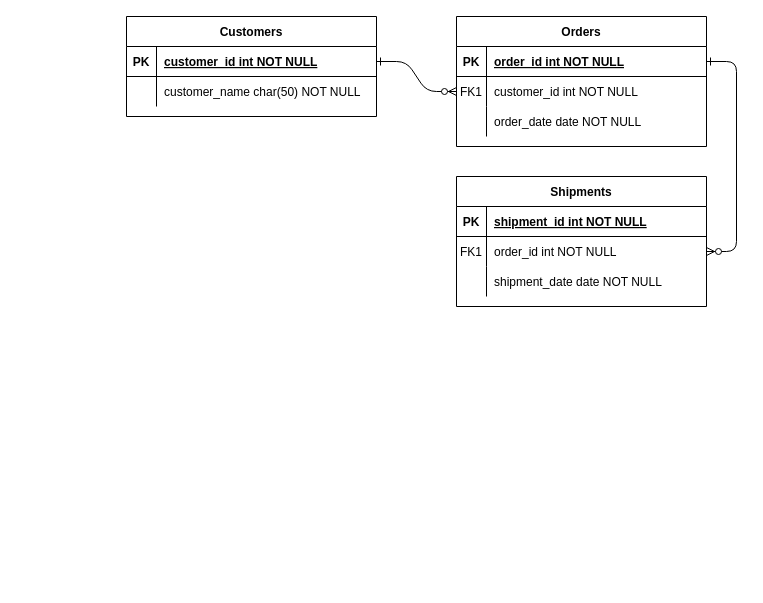
stirmizi7/sql-challenge keeps this draw.io diagram as Untitled Diagram.drawio. Above is the earlier version. Source tidied: cells renumbered, new cells numbered last; positions are measured from the earlier drawing's top-left corner, leaving out a move shared by most shapes. Both pictures are drawn from the tidied source at 100%, with x=0, y=0 at pixel (126, 16).
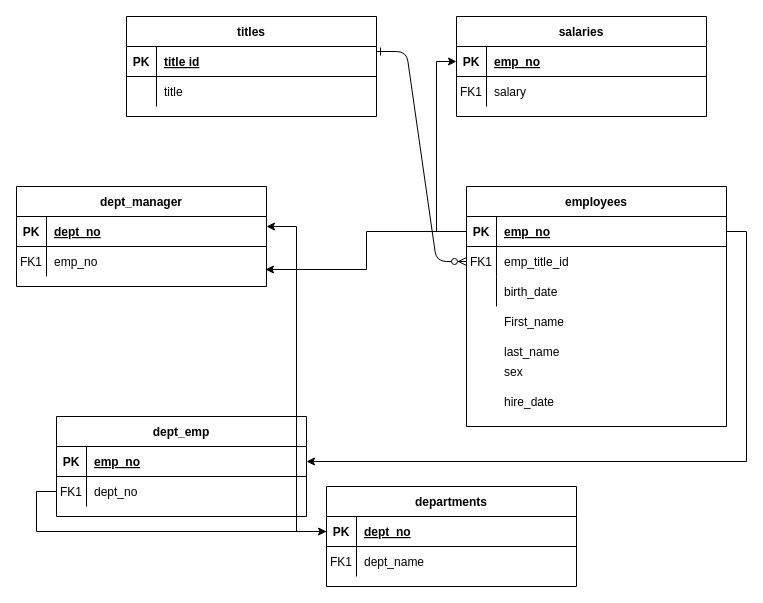
The same diagram, later.

The change refers to these unchanged cells:
```xml
<mxCell id="5" style="shape=partialRectangle;fillColor=none;points=[[0,0.5],[1,0.5]];portConstraint=eastwest;top=0;left=0;right=0;bottom=1;" parent="4" vertex="1">
  <mxGeometry y="30" width="250" height="30" as="geometry" />
</mxCell>
<mxCell id="8" style="shape=partialRectangle;fillColor=none;points=[[0,0.5],[1,0.5]];portConstraint=eastwest;top=0;left=0;right=0;bottom=0;" parent="4" vertex="1">
  <mxGeometry y="60" width="250" height="30" as="geometry" />
</mxCell>
<mxCell id="25" style="shape=partialRectangle;fillColor=none;points=[[0,0.5],[1,0.5]];portConstraint=eastwest;top=0;left=0;right=0;bottom=1;" parent="24" vertex="1">
  <mxGeometry y="30" width="250" height="30" as="geometry" />
</mxCell>
<mxCell id="28" style="shape=partialRectangle;fillColor=none;top=0;left=0;right=0;bottom=0;" parent="24" vertex="1">
  <mxGeometry y="60" width="250" height="30" as="geometry" />
</mxCell>
```

What changed in the source:
```diff
@@
-    <mxCell id="2" style="edgeStyle=entityRelationEdgeStyle;endArrow=ERzeroToMany;startArrow=ERone;endFill=1;startFill=0;" parent="1" edge="1" source="25" target="8">
-      <mxGeometry relative="1" as="geometry" />
+    <mxCell id="2" style="edgeStyle=entityRelationEdgeStyle;endArrow=ERzeroToMany;startArrow=ERone;endFill=1;startFill=0;entryX=0;entryY=0.5;entryDx=0;entryDy=0;" parent="1" edge="1" target="56">
+      <mxGeometry relative="1" as="geometry">
+        <mxPoint x="250" y="35" as="sourcePoint" />
+      </mxGeometry>
     </mxCell>
-    <mxCell id="3" style="edgeStyle=entityRelationEdgeStyle;endArrow=ERzeroToMany;startArrow=ERone;endFill=1;startFill=0;" parent="1" edge="1" source="5" target="18">
-      <mxGeometry relative="1" as="geometry" />
-    </mxCell>
-    <mxCell id="4" value="Orders" style="shape=table;startSize=30;childLayout=tableLayout;rowLines=0;fontStyle=1;align=center;" parent="1" vertex="1">
-      <mxGeometry x="330" width="250" height="130" as="geometry" />
+    <mxCell id="4" value="salaries" style="shape=table;startSize=30;childLayout=tableLayout;rowLines=0;fontStyle=1;align=center;" parent="1" vertex="1">
+      <mxGeometry x="330" width="250" height="100" as="geometry" />
     </mxCell>
@@
-    <mxCell id="7" value="order_id int NOT NULL " style="shape=partialRectangle;overflow=hidden;fillColor=none;top=0;left=0;bottom=0;right=0;align=left;spacingLeft=6;fontStyle=5;" parent="5" vertex="1">
+    <mxCell id="7" value="emp_no" style="shape=partialRectangle;overflow=hidden;fillColor=none;top=0;left=0;bottom=0;right=0;align=left;spacingLeft=6;fontStyle=5;" parent="5" vertex="1">
       <mxGeometry x="30" width="220" height="30" as="geometry" />
     </mxCell>
@@
-    <mxCell id="10" value="customer_id int NOT NULL" style="shape=partialRectangle;overflow=hidden;fillColor=none;top=0;left=0;bottom=0;right=0;align=left;spacingLeft=6;" parent="8" vertex="1">
+    <mxCell id="10" value="salary" style="shape=partialRectangle;overflow=hidden;fillColor=none;top=0;left=0;bottom=0;right=0;align=left;spacingLeft=6;" parent="8" vertex="1">
       <mxGeometry x="30" width="220" height="30" as="geometry" />
     </mxCell>
-    <mxCell id="11" style="shape=partialRectangle;fillColor=none;top=0;left=0;right=0;bottom=0;" parent="4" vertex="1">
-      <mxGeometry y="90" width="250" height="30" as="geometry" />
-    </mxCell>
-    <mxCell id="12" style="shape=partialRectangle;overflow=hidden;fillColor=none;top=0;left=0;bottom=0;right=0;" parent="11" vertex="1">
-      <mxGeometry width="30" height="30" as="geometry" />
-    </mxCell>
-    <mxCell id="13" value="order_date date NOT NULL" style="shape=partialRectangle;overflow=hidden;fillColor=none;top=0;left=0;bottom=0;right=0;align=left;spacingLeft=6;" parent="11" vertex="1">
-      <mxGeometry x="30" width="220" height="30" as="geometry" />
-    </mxCell>
-    <mxCell id="14" value="Shipments" style="shape=table;startSize=30;childLayout=tableLayout;rowLines=0;fontStyle=1;align=center;" parent="1" vertex="1">
-      <mxGeometry x="330" y="160" width="250" height="130" as="geometry" />
-    </mxCell>
-    <mxCell id="15" style="shape=partialRectangle;fillColor=none;top=0;left=0;right=0;bottom=1;" parent="14" vertex="1">
-      <mxGeometry y="30" width="250" height="30" as="geometry" />
-    </mxCell>
-    <mxCell id="16" value="PK" style="shape=partialRectangle;overflow=hidden;fillColor=none;top=0;left=0;bottom=0;right=0;fontStyle=1;" parent="15" vertex="1">
-      <mxGeometry width="30" height="30" as="geometry" />
-    </mxCell>
-    <mxCell id="17" value="shipment_id int NOT NULL " style="shape=partialRectangle;overflow=hidden;fillColor=none;top=0;left=0;bottom=0;right=0;align=left;spacingLeft=6;fontStyle=5;" parent="15" vertex="1">
-      <mxGeometry x="30" width="220" height="30" as="geometry" />
-    </mxCell>
-    <mxCell id="18" style="shape=partialRectangle;fillColor=none;points=[[0,0.5],[1,0.5]];portConstraint=eastwest;top=0;left=0;right=0;bottom=0;" parent="14" vertex="1">
-      <mxGeometry y="60" width="250" height="30" as="geometry" />
-    </mxCell>
-    <mxCell id="19" value="FK1" style="shape=partialRectangle;overflow=hidden;fillColor=none;top=0;left=0;bottom=0;right=0;" parent="18" vertex="1">
-      <mxGeometry width="30" height="30" as="geometry" />
-    </mxCell>
-    <mxCell id="20" value="order_id int NOT NULL" style="shape=partialRectangle;overflow=hidden;fillColor=none;top=0;left=0;bottom=0;right=0;align=left;spacingLeft=6;" parent="18" vertex="1">
-      <mxGeometry x="30" width="220" height="30" as="geometry" />
-    </mxCell>
-    <mxCell id="21" style="shape=partialRectangle;fillColor=none;top=0;left=0;right=0;bottom=0;" parent="14" vertex="1">
-      <mxGeometry y="90" width="250" height="30" as="geometry" />
-    </mxCell>
-    <mxCell id="22" style="shape=partialRectangle;overflow=hidden;fillColor=none;top=0;left=0;bottom=0;right=0;" parent="21" vertex="1">
-      <mxGeometry width="30" height="30" as="geometry" />
-    </mxCell>
-    <mxCell id="23" value="shipment_date date NOT NULL" style="shape=partialRectangle;overflow=hidden;fillColor=none;top=0;left=0;bottom=0;right=0;align=left;spacingLeft=6;" parent="21" vertex="1">
-      <mxGeometry x="30" width="220" height="30" as="geometry" />
-    </mxCell>
-    <mxCell id="24" value="Customers" style="shape=table;startSize=30;childLayout=tableLayout;rowLines=0;fontStyle=1;align=center;" parent="1" vertex="1">
+    <mxCell id="24" value="titles" style="shape=table;startSize=30;childLayout=tableLayout;rowLines=0;fontStyle=1;align=center;" parent="1" vertex="1">
       <mxGeometry width="250" height="100" as="geometry" />
     </mxCell>
@@
-    <mxCell id="27" value="customer_id int NOT NULL " style="shape=partialRectangle;overflow=hidden;fillColor=none;top=0;left=0;bottom=0;right=0;align=left;spacingLeft=6;fontStyle=5;" parent="25" vertex="1">
+    <mxCell id="27" value="title id" style="shape=partialRectangle;overflow=hidden;fillColor=none;top=0;left=0;bottom=0;right=0;align=left;spacingLeft=6;fontStyle=5;" parent="25" vertex="1">
       <mxGeometry x="30" width="220" height="30" as="geometry" />
     </mxCell>
@@
-    <mxCell id="30" value="customer_name char(50) NOT NULL" style="shape=partialRectangle;overflow=hidden;fillColor=none;top=0;left=0;bottom=0;right=0;align=left;spacingLeft=6;" parent="28" vertex="1">
+    <mxCell id="30" value="title" style="shape=partialRectangle;overflow=hidden;fillColor=none;top=0;left=0;bottom=0;right=0;align=left;spacingLeft=6;" parent="28" vertex="1">
       <mxGeometry x="30" width="220" height="30" as="geometry" />
     </mxCell>
+    <mxCell id="31" value="dept_manager" style="shape=table;startSize=30;childLayout=tableLayout;rowLines=0;fontStyle=1;align=center;" parent="1" vertex="1">
+      <mxGeometry x="-110" y="170" width="250" height="100" as="geometry" />
+    </mxCell>
+    <mxCell id="32" style="shape=partialRectangle;fillColor=none;points=[[0,0.5],[1,0.5]];portConstraint=eastwest;top=0;left=0;right=0;bottom=1;" parent="31" vertex="1">
+      <mxGeometry y="30" width="250" height="30" as="geometry" />
+    </mxCell>
+    <mxCell id="33" value="PK" style="shape=partialRectangle;overflow=hidden;fillColor=none;top=0;left=0;bottom=0;right=0;fontStyle=1;" parent="32" vertex="1">
+      <mxGeometry width="30" height="30" as="geometry" />
+    </mxCell>
+    <mxCell id="34" value="dept_no" style="shape=partialRectangle;overflow=hidden;fillColor=none;top=0;left=0;bottom=0;right=0;align=left;spacingLeft=6;fontStyle=5;" parent="32" vertex="1">
+      <mxGeometry x="30" width="220" height="30" as="geometry" />
+    </mxCell>
+    <mxCell id="35" style="shape=partialRectangle;fillColor=none;points=[[0,0.5],[1,0.5]];portConstraint=eastwest;top=0;left=0;right=0;bottom=0;" parent="31" vertex="1">
+      <mxGeometry y="60" width="250" height="30" as="geometry" />
+    </mxCell>
+    <mxCell id="36" value="FK1" style="shape=partialRectangle;overflow=hidden;fillColor=none;top=0;left=0;bottom=0;right=0;" parent="35" vertex="1">
+      <mxGeometry width="30" height="30" as="geometry" />
+    </mxCell>
+    <mxCell id="37" value="emp_no" style="shape=partialRectangle;overflow=hidden;fillColor=none;top=0;left=0;bottom=0;right=0;align=left;spacingLeft=6;" parent="35" vertex="1">
+      <mxGeometry x="30" width="220" height="30" as="geometry" />
+    </mxCell>
+    <mxCell id="38" value="departments" style="shape=table;startSize=30;childLayout=tableLayout;rowLines=0;fontStyle=1;align=center;" parent="1" vertex="1">
+      <mxGeometry x="200" y="470" width="250" height="100" as="geometry" />
+    </mxCell>
+    <mxCell id="39" style="shape=partialRectangle;fillColor=none;points=[[0,0.5],[1,0.5]];portConstraint=eastwest;top=0;left=0;right=0;bottom=1;" parent="38" vertex="1">
+      <mxGeometry y="30" width="250" height="30" as="geometry" />
+    </mxCell>
+    <mxCell id="40" value="PK" style="shape=partialRectangle;overflow=hidden;fillColor=none;top=0;left=0;bottom=0;right=0;fontStyle=1;" parent="39" vertex="1">
+      <mxGeometry width="30" height="30" as="geometry" />
+    </mxCell>
+    <mxCell id="41" value="dept_no" style="shape=partialRectangle;overflow=hidden;fillColor=none;top=0;left=0;bottom=0;right=0;align=left;spacingLeft=6;fontStyle=5;" parent="39" vertex="1">
+      <mxGeometry x="30" width="220" height="30" as="geometry" />
+    </mxCell>
+    <mxCell id="42" style="shape=partialRectangle;fillColor=none;top=0;left=0;right=0;bottom=0;" parent="38" vertex="1">
+      <mxGeometry y="60" width="250" height="30" as="geometry" />
+    </mxCell>
+    <mxCell id="43" value="FK1" style="shape=partialRectangle;overflow=hidden;fillColor=none;top=0;left=0;bottom=0;right=0;" parent="42" vertex="1">
+      <mxGeometry width="30" height="30" as="geometry" />
+    </mxCell>
+    <mxCell id="44" value="dept_name" style="shape=partialRectangle;overflow=hidden;fillColor=none;top=0;left=0;bottom=0;right=0;align=left;spacingLeft=6;" parent="42" vertex="1">
+      <mxGeometry x="30" width="220" height="30" as="geometry" />
+    </mxCell>
+    <mxCell id="45" value="dept_emp" style="shape=table;startSize=30;childLayout=tableLayout;rowLines=0;fontStyle=1;align=center;" parent="1" vertex="1">
+      <mxGeometry x="-70" y="400" width="250" height="100" as="geometry" />
+    </mxCell>
+    <mxCell id="46" style="shape=partialRectangle;fillColor=none;points=[[0,0.5],[1,0.5]];portConstraint=eastwest;top=0;left=0;right=0;bottom=1;" parent="45" vertex="1">
+      <mxGeometry y="30" width="250" height="30" as="geometry" />
+    </mxCell>
+    <mxCell id="47" value="PK" style="shape=partialRectangle;overflow=hidden;fillColor=none;top=0;left=0;bottom=0;right=0;fontStyle=1;" parent="46" vertex="1">
+      <mxGeometry width="30" height="30" as="geometry" />
+    </mxCell>
+    <mxCell id="48" value="emp_no" style="shape=partialRectangle;overflow=hidden;fillColor=none;top=0;left=0;bottom=0;right=0;align=left;spacingLeft=6;fontStyle=5;" parent="46" vertex="1">
+      <mxGeometry x="30" width="220" height="30" as="geometry" />
+    </mxCell>
+    <mxCell id="49" style="shape=partialRectangle;fillColor=none;points=[[0,0.5],[1,0.5]];portConstraint=eastwest;top=0;left=0;right=0;bottom=0;" parent="45" vertex="1">
+      <mxGeometry y="60" width="250" height="30" as="geometry" />
+    </mxCell>
+    <mxCell id="50" value="FK1" style="shape=partialRectangle;overflow=hidden;fillColor=none;top=0;left=0;bottom=0;right=0;" parent="49" vertex="1">
+      <mxGeometry width="30" height="30" as="geometry" />
+    </mxCell>
+    <mxCell id="51" value="dept_no" style="shape=partialRectangle;overflow=hidden;fillColor=none;top=0;left=0;bottom=0;right=0;align=left;spacingLeft=6;" parent="49" vertex="1">
+      <mxGeometry x="30" width="220" height="30" as="geometry" />
+    </mxCell>
+    <mxCell id="52" value="employees" style="shape=table;startSize=30;childLayout=tableLayout;rowLines=0;fontStyle=1;align=center;" parent="1" vertex="1">
+      <mxGeometry x="340" y="170" width="260" height="240" as="geometry" />
+    </mxCell>
+    <mxCell id="53" style="shape=partialRectangle;fillColor=none;points=[[0,0.5],[1,0.5]];portConstraint=eastwest;top=0;left=0;right=0;bottom=1;" parent="52" vertex="1">
+      <mxGeometry y="30" width="260" height="30" as="geometry" />
+    </mxCell>
+    <mxCell id="54" value="PK" style="shape=partialRectangle;overflow=hidden;fillColor=none;top=0;left=0;bottom=0;right=0;fontStyle=1;" parent="53" vertex="1">
+      <mxGeometry width="30" height="30" as="geometry" />
+    </mxCell>
+    <mxCell id="55" value="emp_no" style="shape=partialRectangle;overflow=hidden;fillColor=none;top=0;left=0;bottom=0;right=0;align=left;spacingLeft=6;fontStyle=5;" parent="53" vertex="1">
+      <mxGeometry x="30" width="230" height="30" as="geometry" />
+    </mxCell>
+    <mxCell id="56" style="shape=partialRectangle;fillColor=none;points=[[0,0.5],[1,0.5]];portConstraint=eastwest;top=0;left=0;right=0;bottom=0;" parent="52" vertex="1">
+      <mxGeometry y="60" width="260" height="30" as="geometry" />
+    </mxCell>
+    <mxCell id="57" value="FK1" style="shape=partialRectangle;overflow=hidden;fillColor=none;top=0;left=0;bottom=0;right=0;" parent="56" vertex="1">
+      <mxGeometry width="30" height="30" as="geometry" />
+    </mxCell>
+    <mxCell id="58" value="emp_title_id" style="shape=partialRectangle;overflow=hidden;fillColor=none;top=0;left=0;bottom=0;right=0;align=left;spacingLeft=6;" parent="56" vertex="1">
+      <mxGeometry x="30" width="230" height="30" as="geometry" />
+    </mxCell>
+    <mxCell id="59" style="shape=partialRectangle;fillColor=none;top=0;left=0;right=0;bottom=0;" parent="52" vertex="1">
+      <mxGeometry y="90" width="260" height="30" as="geometry" />
+    </mxCell>
+    <mxCell id="60" style="shape=partialRectangle;overflow=hidden;fillColor=none;top=0;left=0;bottom=0;right=0;" parent="59" vertex="1">
+      <mxGeometry width="30" height="30" as="geometry" />
+    </mxCell>
+    <mxCell id="61" value="birth_date" style="shape=partialRectangle;overflow=hidden;fillColor=none;top=0;left=0;bottom=0;right=0;align=left;spacingLeft=6;" parent="59" vertex="1">
+      <mxGeometry x="30" width="230" height="30" as="geometry" />
+    </mxCell>
+    <mxCell id="62" style="shape=partialRectangle;fillColor=none;top=0;left=0;right=0;bottom=0;" parent="1" vertex="1">
+      <mxGeometry x="340" y="290" width="250" height="30" as="geometry" />
+    </mxCell>
+    <mxCell id="63" style="shape=partialRectangle;overflow=hidden;fillColor=none;top=0;left=0;bottom=0;right=0;" parent="62" vertex="1">
+      <mxGeometry width="30" height="30" as="geometry" />
+    </mxCell>
+    <mxCell id="64" value="First_name " style="shape=partialRectangle;overflow=hidden;fillColor=none;top=0;left=0;bottom=0;right=0;align=left;spacingLeft=6;" parent="62" vertex="1">
+      <mxGeometry x="30" width="220" height="30" as="geometry" />
+    </mxCell>
+    <mxCell id="65" style="shape=partialRectangle;fillColor=none;top=0;left=0;right=0;bottom=0;" parent="1" vertex="1">
+      <mxGeometry x="340" y="320" width="250" height="30" as="geometry" />
+    </mxCell>
+    <mxCell id="66" style="shape=partialRectangle;overflow=hidden;fillColor=none;top=0;left=0;bottom=0;right=0;" parent="65" vertex="1">
+      <mxGeometry width="30" height="30" as="geometry" />
+    </mxCell>
+    <mxCell id="67" value="last_name " style="shape=partialRectangle;overflow=hidden;fillColor=none;top=0;left=0;bottom=0;right=0;align=left;spacingLeft=6;" parent="65" vertex="1">
+      <mxGeometry x="30" width="220" height="30" as="geometry" />
+    </mxCell>
+    <mxCell id="68" style="shape=partialRectangle;fillColor=none;top=0;left=0;right=0;bottom=0;" parent="1" vertex="1">
+      <mxGeometry x="340" y="340" width="250" height="30" as="geometry" />
+    </mxCell>
+    <mxCell id="69" style="shape=partialRectangle;overflow=hidden;fillColor=none;top=0;left=0;bottom=0;right=0;" parent="68" vertex="1">
+      <mxGeometry width="30" height="30" as="geometry" />
+    </mxCell>
+    <mxCell id="70" value="sex" style="shape=partialRectangle;overflow=hidden;fillColor=none;top=0;left=0;bottom=0;right=0;align=left;spacingLeft=6;" parent="68" vertex="1">
+      <mxGeometry x="30" width="220" height="30" as="geometry" />
+    </mxCell>
+    <mxCell id="71" style="shape=partialRectangle;fillColor=none;top=0;left=0;right=0;bottom=0;" parent="1" vertex="1">
+      <mxGeometry x="340" y="370" width="250" height="30" as="geometry" />
+    </mxCell>
+    <mxCell id="72" style="shape=partialRectangle;overflow=hidden;fillColor=none;top=0;left=0;bottom=0;right=0;" parent="71" vertex="1">
+      <mxGeometry width="30" height="30" as="geometry" />
+    </mxCell>
+    <mxCell id="73" value="hire_date" style="shape=partialRectangle;overflow=hidden;fillColor=none;top=0;left=0;bottom=0;right=0;align=left;spacingLeft=6;" parent="71" vertex="1">
+      <mxGeometry x="30" width="220" height="30" as="geometry" />
+    </mxCell>
+    <mxCell id="74" style="edgeStyle=orthogonalEdgeStyle;rounded=0;jettySize=auto;html=1;exitX=0;exitY=0.5;exitDx=0;exitDy=0;entryX=0;entryY=0.5;entryDx=0;entryDy=0;" parent="1" edge="1" source="53" target="5">
+      <mxGeometry relative="1" as="geometry" />
+    </mxCell>
+    <mxCell id="75" style="edgeStyle=orthogonalEdgeStyle;rounded=0;jettySize=auto;html=1;exitX=1;exitY=0.5;exitDx=0;exitDy=0;" parent="1" edge="1" source="53" target="46">
+      <mxGeometry relative="1" as="geometry" />
+    </mxCell>
+    <mxCell id="76" style="edgeStyle=orthogonalEdgeStyle;rounded=0;jettySize=auto;html=1;exitX=0;exitY=0.5;exitDx=0;exitDy=0;" parent="1" edge="1" source="39" target="32">
+      <mxGeometry relative="1" as="geometry">
+        <Array as="points">
+          <mxPoint x="170" y="515" />
+          <mxPoint x="170" y="210" />
+        </Array>
+      </mxGeometry>
+    </mxCell>
+    <mxCell id="77" style="edgeStyle=orthogonalEdgeStyle;rounded=0;jettySize=auto;html=1;exitX=0;exitY=0.5;exitDx=0;exitDy=0;" parent="1" edge="1" source="49" target="39">
+      <mxGeometry relative="1" as="geometry" />
+    </mxCell>
+    <mxCell id="78" style="edgeStyle=orthogonalEdgeStyle;rounded=0;jettySize=auto;html=1;exitX=0;exitY=0.5;exitDx=0;exitDy=0;entryX=0.996;entryY=0.767;entryDx=0;entryDy=0;entryPerimeter=0;" parent="1" edge="1" source="53" target="35">
+      <mxGeometry relative="1" as="geometry" />
+    </mxCell>
```
